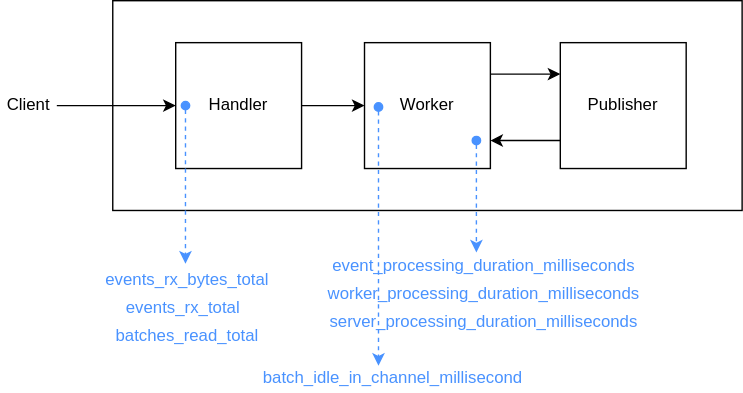
Before: docs/assets/metrics_report_time.svg, a diagram exported from draw.io (raystack/raccoon). Source tidied: cells renumbered, new cells last; positions are measured from the earlier drawing's top-left corner, leaving out a move shared by most shapes. The source it was exported from:
```xml
<mxGraphModel>
  <root>
    <mxCell id="0" />
    <mxCell id="1" parent="0" />
    <mxCell id="2" style="rounded=0;whiteSpace=wrap;html=1;" parent="1" vertex="1">
      <mxGeometry x="80" width="450" height="150" as="geometry" />
    </mxCell>
    <mxCell id="3" style="edgeStyle=orthogonalEdgeStyle;rounded=0;jettySize=auto;html=1;" parent="1" edge="1" source="4" target="5">
      <mxGeometry relative="1" as="geometry" />
    </mxCell>
    <mxCell id="4" value="Handler" style="rounded=0;whiteSpace=wrap;html=1;" parent="1" vertex="1">
      <mxGeometry x="125" y="30" width="90" height="90" as="geometry" />
    </mxCell>
    <mxCell id="5" value="Worker" style="rounded=0;whiteSpace=wrap;html=1;" parent="1" vertex="1">
      <mxGeometry x="260" y="30" width="90" height="90" as="geometry" />
    </mxCell>
    <mxCell id="6" value="Publisher" style="rounded=0;whiteSpace=wrap;html=1;" parent="1" vertex="1">
      <mxGeometry x="400" y="30" width="90" height="90" as="geometry" />
    </mxCell>
    <mxCell id="7" style="endArrow=classic;html=1;exitX=1;exitY=0.25;exitDx=0;exitDy=0;entryX=0;entryY=0.25;entryDx=0;entryDy=0;" parent="1" edge="1" source="5" target="6">
      <mxGeometry relative="1" as="geometry" />
    </mxCell>
    <mxCell id="8" style="endArrow=classic;html=1;entryX=0;entryY=0.25;entryDx=0;entryDy=0;" parent="1" edge="1">
      <mxGeometry relative="1" as="geometry">
        <mxPoint x="400" y="100" as="sourcePoint" />
        <mxPoint x="350" y="100" as="targetPoint" />
      </mxGeometry>
    </mxCell>
    <mxCell id="9" style="endArrow=classic;html=1;entryX=0;entryY=0.5;entryDx=0;entryDy=0;" parent="1" edge="1" target="4">
      <mxGeometry relative="1" as="geometry">
        <mxPoint x="40" y="75" as="sourcePoint" />
      </mxGeometry>
    </mxCell>
    <mxCell id="10" value="Client" style="text;html=1;strokeColor=none;fillColor=none;align=center;verticalAlign=middle;whiteSpace=wrap;rounded=0;" parent="1" vertex="1">
      <mxGeometry y="65" width="40" height="20" as="geometry" />
    </mxCell>
    <mxCell id="11" style="endArrow=classic;html=1;strokeColor=#4992FF;dashed=1;startArrow=oval;startFill=1;entryX=0.496;entryY=-0.1;entryDx=0;entryDy=0;entryPerimeter=0;" parent="1" edge="1" target="12">
      <mxGeometry relative="1" as="geometry">
        <mxPoint x="132" y="75" as="sourcePoint" />
      </mxGeometry>
    </mxCell>
    <mxCell id="12" value="&lt;font color=&quot;#4992ff&quot;&gt;events_rx_bytes_total&lt;/font&gt;" style="text;html=1;align=center;verticalAlign=middle;points=[];strokeColor=none;" parent="1" vertex="1">
      <mxGeometry x="67.5" y="190" width="130" height="20" as="geometry" />
    </mxCell>
    <mxCell id="13" value="&lt;font color=&quot;#4992ff&quot;&gt;events_rx_total&lt;/font&gt;" style="text;html=1;align=center;verticalAlign=middle;strokeColor=none;" parent="1" vertex="1">
      <mxGeometry x="80" y="210" width="100" height="20" as="geometry" />
    </mxCell>
    <mxCell id="14" value="&lt;font color=&quot;#4992ff&quot;&gt;batches_read_total&lt;/font&gt;" style="text;html=1;align=center;verticalAlign=middle;strokeColor=none;" parent="1" vertex="1">
      <mxGeometry x="72.5" y="230" width="120" height="20" as="geometry" />
    </mxCell>
    <mxCell id="15" style="endArrow=classic;html=1;strokeColor=#4992FF;dashed=1;startArrow=oval;startFill=1;" parent="1" edge="1">
      <mxGeometry relative="1" as="geometry">
        <mxPoint x="270" y="76" as="sourcePoint" />
        <mxPoint x="270" y="261" as="targetPoint" />
      </mxGeometry>
    </mxCell>
    <mxCell id="16" value="&lt;font color=&quot;#4992ff&quot;&gt;batch_idle_in_channel_millisecond&lt;/font&gt;" style="text;html=1;align=center;verticalAlign=middle;strokeColor=none;" parent="1" vertex="1">
      <mxGeometry x="180" y="260" width="200" height="20" as="geometry" />
    </mxCell>
    <mxCell id="17" style="endArrow=classic;html=1;strokeColor=#4992FF;dashed=1;startArrow=oval;startFill=1;" parent="1" edge="1">
      <mxGeometry relative="1" as="geometry">
        <mxPoint x="340" y="100" as="sourcePoint" />
        <mxPoint x="340" y="180" as="targetPoint" />
      </mxGeometry>
    </mxCell>
    <mxCell id="18" value="&lt;font color=&quot;#4992ff&quot;&gt;event_processing_duration_milliseconds&lt;/font&gt;" style="text;html=1;align=center;verticalAlign=middle;strokeColor=none;" parent="1" vertex="1">
      <mxGeometry x="230" y="180" width="230" height="20" as="geometry" />
    </mxCell>
    <mxCell id="19" value="&lt;font color=&quot;#4992ff&quot;&gt;worker_processing_duration_milliseconds&lt;/font&gt;" style="text;html=1;align=center;verticalAlign=middle;strokeColor=none;" parent="1" vertex="1">
      <mxGeometry x="225" y="200" width="240" height="20" as="geometry" />
    </mxCell>
    <mxCell id="20" value="&lt;font color=&quot;#4992ff&quot;&gt;server_processing_duration_milliseconds&lt;/font&gt;" style="text;html=1;align=center;verticalAlign=middle;strokeColor=none;" parent="1" vertex="1">
      <mxGeometry x="225" y="220" width="240" height="20" as="geometry" />
    </mxCell>
  </root>
</mxGraphModel>
```
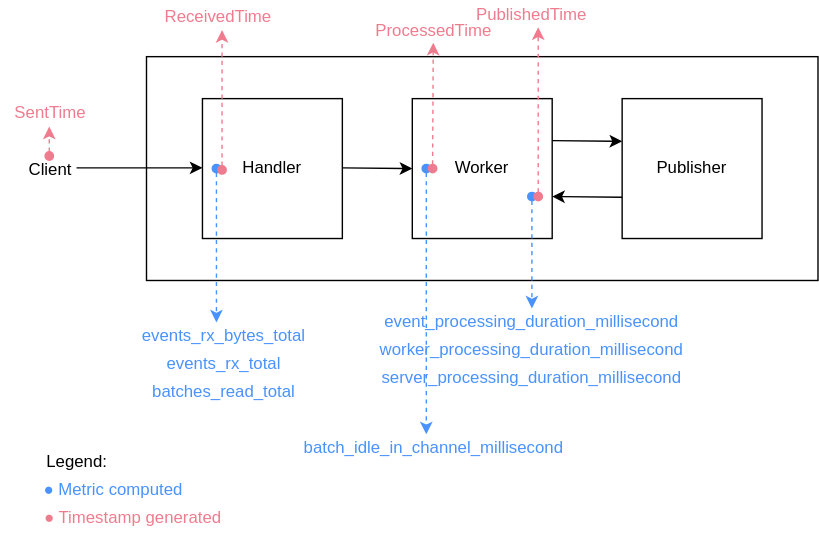
The same diagram one commit later.

Commit message:
docs: update metric diagram with timing

Diff of the diagram source:
```diff
@@ -2,75 +2,128 @@
   <root>
     <mxCell id="0" />
     <mxCell id="1" parent="0" />
-    <mxCell id="2" style="rounded=0;whiteSpace=wrap;html=1;" parent="1" vertex="1">
-      <mxGeometry x="80" width="450" height="150" as="geometry" />
-    </mxCell>
-    <mxCell id="3" style="edgeStyle=orthogonalEdgeStyle;rounded=0;jettySize=auto;html=1;" parent="1" edge="1" source="4" target="5">
-      <mxGeometry relative="1" as="geometry" />
-    </mxCell>
+    <mxCell id="21" style="rounded=0;whiteSpace=wrap;html=1;" parent="1" vertex="1">
+      <mxGeometry x="60" y="170" width="480" height="160" as="geometry" />
+    </mxCell>
-    <mxCell id="4" value="Handler" style="rounded=0;whiteSpace=wrap;html=1;" parent="1" vertex="1">
-      <mxGeometry x="125" y="30" width="90" height="90" as="geometry" />
+    <mxCell id="4" value="Handler" style="whiteSpace=wrap;html=1;" parent="1" vertex="1">
+      <mxGeometry x="100" y="200" width="100" height="100" as="geometry" />
     </mxCell>
+    <mxCell id="6" value="Publisher" style="whiteSpace=wrap;html=1;" parent="1" vertex="1">
+      <mxGeometry x="400" y="200" width="100" height="100" as="geometry" />
+    </mxCell>
-    <mxCell id="5" value="Worker" style="rounded=0;whiteSpace=wrap;html=1;" parent="1" vertex="1">
-      <mxGeometry x="260" y="30" width="90" height="90" as="geometry" />
+    <mxCell id="5" value="Worker" style="whiteSpace=wrap;html=1;" parent="1" vertex="1">
+      <mxGeometry x="250" y="200" width="100" height="100" as="geometry" />
     </mxCell>
-    <mxCell id="6" value="Publisher" style="rounded=0;whiteSpace=wrap;html=1;" parent="1" vertex="1">
-      <mxGeometry x="400" y="30" width="90" height="90" as="geometry" />
-    </mxCell>
-    <mxCell id="7" style="endArrow=classic;html=1;exitX=1;exitY=0.25;exitDx=0;exitDy=0;entryX=0;entryY=0.25;entryDx=0;entryDy=0;" parent="1" edge="1" source="5" target="6">
-      <mxGeometry relative="1" as="geometry" />
-    </mxCell>
-    <mxCell id="8" style="endArrow=classic;html=1;entryX=0;entryY=0.25;entryDx=0;entryDy=0;" parent="1" edge="1">
-      <mxGeometry relative="1" as="geometry">
-        <mxPoint x="400" y="100" as="sourcePoint" />
-        <mxPoint x="350" y="100" as="targetPoint" />
-      </mxGeometry>
-    </mxCell>
-    <mxCell id="9" style="endArrow=classic;html=1;entryX=0;entryY=0.5;entryDx=0;entryDy=0;" parent="1" edge="1" target="4">
-      <mxGeometry relative="1" as="geometry">
-        <mxPoint x="40" y="75" as="sourcePoint" />
-      </mxGeometry>
-    </mxCell>
+    <mxCell id="22" style="endArrow=classic;html=1;" parent="1" edge="1">
+      <mxGeometry relative="1" as="geometry">
+        <mxPoint x="10" y="249.5" as="sourcePoint" />
+        <mxPoint x="100" y="249.5" as="targetPoint" />
+      </mxGeometry>
+    </mxCell>
-    <mxCell id="10" value="Client" style="text;html=1;strokeColor=none;fillColor=none;align=center;verticalAlign=middle;whiteSpace=wrap;rounded=0;" parent="1" vertex="1">
-      <mxGeometry y="65" width="40" height="20" as="geometry" />
+    <mxCell id="10" value="Client" style="text;html=1;align=center;verticalAlign=middle;strokeColor=none;" parent="1" vertex="1">
+      <mxGeometry x="-34" y="241" width="50" height="20" as="geometry" />
     </mxCell>
-    <mxCell id="11" style="endArrow=classic;html=1;strokeColor=#4992FF;dashed=1;startArrow=oval;startFill=1;entryX=0.496;entryY=-0.1;entryDx=0;entryDy=0;entryPerimeter=0;" parent="1" edge="1" target="12">
-      <mxGeometry relative="1" as="geometry">
-        <mxPoint x="132" y="75" as="sourcePoint" />
-      </mxGeometry>
-    </mxCell>
+    <mxCell id="23" style="endArrow=classic;html=1;" parent="1" edge="1">
+      <mxGeometry relative="1" as="geometry">
+        <mxPoint x="200" y="249.5" as="sourcePoint" />
+        <mxPoint x="250" y="250" as="targetPoint" />
+      </mxGeometry>
+    </mxCell>
+    <mxCell id="24" style="endArrow=classic;html=1;" parent="1" edge="1">
+      <mxGeometry relative="1" as="geometry">
+        <mxPoint x="350" y="230" as="sourcePoint" />
+        <mxPoint x="400" y="230.5" as="targetPoint" />
+      </mxGeometry>
+    </mxCell>
+    <mxCell id="25" style="endArrow=classic;html=1;" parent="1" edge="1">
+      <mxGeometry relative="1" as="geometry">
+        <mxPoint x="400" y="270.5" as="sourcePoint" />
+        <mxPoint x="350" y="270" as="targetPoint" />
+      </mxGeometry>
+    </mxCell>
+    <mxCell id="26" style="endArrow=classic;html=1;startArrow=oval;startFill=1;dashed=1;strokeColor=#4992ff;" parent="1" edge="1">
+      <mxGeometry relative="1" as="geometry">
+        <mxPoint x="110" y="250" as="sourcePoint" />
+        <mxPoint x="110" y="360" as="targetPoint" />
+      </mxGeometry>
+    </mxCell>
     <mxCell id="12" value="&lt;font color=&quot;#4992ff&quot;&gt;events_rx_bytes_total&lt;/font&gt;" style="text;html=1;align=center;verticalAlign=middle;points=[];strokeColor=none;" parent="1" vertex="1">
-      <mxGeometry x="67.5" y="190" width="130" height="20" as="geometry" />
+      <mxGeometry x="50" y="360" width="130" height="20" as="geometry" />
     </mxCell>
     <mxCell id="13" value="&lt;font color=&quot;#4992ff&quot;&gt;events_rx_total&lt;/font&gt;" style="text;html=1;align=center;verticalAlign=middle;strokeColor=none;" parent="1" vertex="1">
-      <mxGeometry x="80" y="210" width="100" height="20" as="geometry" />
+      <mxGeometry x="65" y="380" width="100" height="20" as="geometry" />
     </mxCell>
-    <mxCell id="14" value="&lt;font color=&quot;#4992ff&quot;&gt;batches_read_total&lt;/font&gt;" style="text;html=1;align=center;verticalAlign=middle;strokeColor=none;" parent="1" vertex="1">
-      <mxGeometry x="72.5" y="230" width="120" height="20" as="geometry" />
+    <mxCell id="14" value="batches_read_total" style="text;html=1;align=center;verticalAlign=middle;strokeColor=none;fontColor=#4992ff;" parent="1" vertex="1">
+      <mxGeometry x="55" y="400" width="120" height="20" as="geometry" />
     </mxCell>
-    <mxCell id="15" style="endArrow=classic;html=1;strokeColor=#4992FF;dashed=1;startArrow=oval;startFill=1;" parent="1" edge="1">
-      <mxGeometry relative="1" as="geometry">
-        <mxPoint x="270" y="76" as="sourcePoint" />
-        <mxPoint x="270" y="261" as="targetPoint" />
-      </mxGeometry>
-    </mxCell>
+    <mxCell id="27" style="endArrow=classic;html=1;startArrow=oval;startFill=1;dashed=1;strokeColor=#4992ff;" parent="1" edge="1">
+      <mxGeometry relative="1" as="geometry">
+        <mxPoint x="260" y="250" as="sourcePoint" />
+        <mxPoint x="260" y="440" as="targetPoint" />
+      </mxGeometry>
+    </mxCell>
-    <mxCell id="16" value="&lt;font color=&quot;#4992ff&quot;&gt;batch_idle_in_channel_millisecond&lt;/font&gt;" style="text;html=1;align=center;verticalAlign=middle;strokeColor=none;" parent="1" vertex="1">
-      <mxGeometry x="180" y="260" width="200" height="20" as="geometry" />
+    <mxCell id="16" value="batch_idle_in_channel_millisecond" style="text;html=1;align=center;verticalAlign=middle;strokeColor=none;fontColor=#4992ff;" parent="1" vertex="1">
+      <mxGeometry x="165" y="440" width="200" height="20" as="geometry" />
     </mxCell>
-    <mxCell id="17" style="endArrow=classic;html=1;strokeColor=#4992FF;dashed=1;startArrow=oval;startFill=1;" parent="1" edge="1">
-      <mxGeometry relative="1" as="geometry">
-        <mxPoint x="340" y="100" as="sourcePoint" />
-        <mxPoint x="340" y="180" as="targetPoint" />
-      </mxGeometry>
-    </mxCell>
-    <mxCell id="18" value="&lt;font color=&quot;#4992ff&quot;&gt;event_processing_duration_milliseconds&lt;/font&gt;" style="text;html=1;align=center;verticalAlign=middle;strokeColor=none;" parent="1" vertex="1">
-      <mxGeometry x="230" y="180" width="230" height="20" as="geometry" />
-    </mxCell>
-    <mxCell id="19" value="&lt;font color=&quot;#4992ff&quot;&gt;worker_processing_duration_milliseconds&lt;/font&gt;" style="text;html=1;align=center;verticalAlign=middle;strokeColor=none;" parent="1" vertex="1">
-      <mxGeometry x="225" y="200" width="240" height="20" as="geometry" />
-    </mxCell>
-    <mxCell id="20" value="&lt;font color=&quot;#4992ff&quot;&gt;server_processing_duration_milliseconds&lt;/font&gt;" style="text;html=1;align=center;verticalAlign=middle;strokeColor=none;" parent="1" vertex="1">
-      <mxGeometry x="225" y="220" width="240" height="20" as="geometry" />
-    </mxCell>
+    <mxCell id="28" style="endArrow=classic;html=1;startArrow=oval;startFill=1;dashed=1;strokeColor=#4992ff;" parent="1" edge="1">
+      <mxGeometry relative="1" as="geometry">
+        <mxPoint x="335.5" y="270" as="sourcePoint" />
+        <mxPoint x="335.5" y="350" as="targetPoint" />
+      </mxGeometry>
+    </mxCell>
+    <mxCell id="29" value="event_processing_duration_millisecond" style="text;html=1;align=center;verticalAlign=middle;strokeColor=none;fontColor=#4992ff;" parent="1" vertex="1">
+      <mxGeometry x="220" y="350" width="230" height="20" as="geometry" />
+    </mxCell>
+    <mxCell id="30" value="worker_processing_duration_millisecond" style="text;html=1;align=center;verticalAlign=middle;strokeColor=none;fontColor=#4992ff;" parent="1" vertex="1">
+      <mxGeometry x="220" y="370" width="230" height="20" as="geometry" />
+    </mxCell>
+    <mxCell id="31" value="server_processing_duration_millisecond" style="text;html=1;align=center;verticalAlign=middle;strokeColor=none;fontColor=#4992ff;" parent="1" vertex="1">
+      <mxGeometry x="220" y="390" width="230" height="20" as="geometry" />
+    </mxCell>
+    <mxCell id="32" value="● Metric computed" style="text;html=1;align=center;verticalAlign=middle;strokeColor=none;fontColor=#4992ff;" parent="1" vertex="1">
+      <mxGeometry x="-19" y="470" width="110" height="20" as="geometry" />
+    </mxCell>
+    <mxCell id="33" value="&lt;font color=&quot;#ef7c8e&quot;&gt;● Timestamp generated&lt;/font&gt;" style="text;html=1;align=center;verticalAlign=middle;strokeColor=none;fontColor=#4992ff;" parent="1" vertex="1">
+      <mxGeometry x="-20" y="490" width="140" height="20" as="geometry" />
+    </mxCell>
+    <mxCell id="34" value="&lt;font color=&quot;#ef7c8e&quot;&gt;SentTime&lt;/font&gt;" style="text;html=1;align=center;verticalAlign=middle;strokeColor=none;fontColor=#4992ff;" parent="1" vertex="1">
+      <mxGeometry x="-44" y="200" width="70" height="20" as="geometry" />
+    </mxCell>
+    <mxCell id="35" value="&lt;font color=&quot;#ef7c8e&quot;&gt;PublishedTime&lt;/font&gt;" style="text;html=1;align=center;verticalAlign=middle;strokeColor=none;fontColor=#4992ff;" parent="1" vertex="1">
+      <mxGeometry x="290" y="130" width="90" height="20" as="geometry" />
+    </mxCell>
+    <mxCell id="36" style="endArrow=classic;html=1;startArrow=oval;startFill=1;dashed=1;strokeColor=#EF7C8E;" parent="1" edge="1">
+      <mxGeometry relative="1" as="geometry">
+        <mxPoint x="340" y="270" as="sourcePoint" />
+        <mxPoint x="340" y="149" as="targetPoint" />
+      </mxGeometry>
+    </mxCell>
+    <mxCell id="37" style="endArrow=classic;html=1;startArrow=oval;startFill=1;dashed=1;strokeColor=#EF7C8E;" parent="1" edge="1">
+      <mxGeometry relative="1" as="geometry">
+        <mxPoint x="-9.5" y="241" as="sourcePoint" />
+        <mxPoint x="-9.5" y="220" as="targetPoint" />
+      </mxGeometry>
+    </mxCell>
+    <mxCell id="38" value="&lt;font color=&quot;#ef7c8e&quot;&gt;ReceivedTime&lt;/font&gt;" style="text;html=1;align=center;verticalAlign=middle;strokeColor=none;fontColor=#4992ff;" parent="1" vertex="1">
+      <mxGeometry x="66" y="132" width="90" height="20" as="geometry" />
+    </mxCell>
+    <mxCell id="39" style="endArrow=classic;html=1;startArrow=oval;startFill=1;dashed=1;strokeColor=#EF7C8E;exitX=0;exitY=0.5;exitDx=0;exitDy=0;" parent="1" edge="1">
+      <mxGeometry relative="1" as="geometry">
+        <mxPoint x="114" y="251" as="sourcePoint" />
+        <mxPoint x="114" y="151" as="targetPoint" />
+      </mxGeometry>
+    </mxCell>
+    <mxCell id="40" value="&lt;font color=&quot;#ef7c8e&quot;&gt;ProcessedTime&lt;/font&gt;" style="text;html=1;align=center;verticalAlign=middle;strokeColor=none;fontColor=#4992ff;" parent="1" vertex="1">
+      <mxGeometry x="215" y="142" width="100" height="20" as="geometry" />
+    </mxCell>
+    <mxCell id="41" style="endArrow=classic;html=1;startArrow=oval;startFill=1;dashed=1;strokeColor=#EF7C8E;" parent="1" edge="1">
+      <mxGeometry relative="1" as="geometry">
+        <mxPoint x="264.5" y="250" as="sourcePoint" />
+        <mxPoint x="265" y="160" as="targetPoint" />
+      </mxGeometry>
+    </mxCell>
+    <mxCell id="42" value="&lt;font color=&quot;#000000&quot;&gt;Legend:&lt;/font&gt;" style="text;html=1;align=center;verticalAlign=middle;strokeColor=none;fontColor=#21B6A8;" parent="1" vertex="1">
+      <mxGeometry x="-20" y="450" width="60" height="20" as="geometry" />
+    </mxCell>
   </root>
 </mxGraphModel>
```
